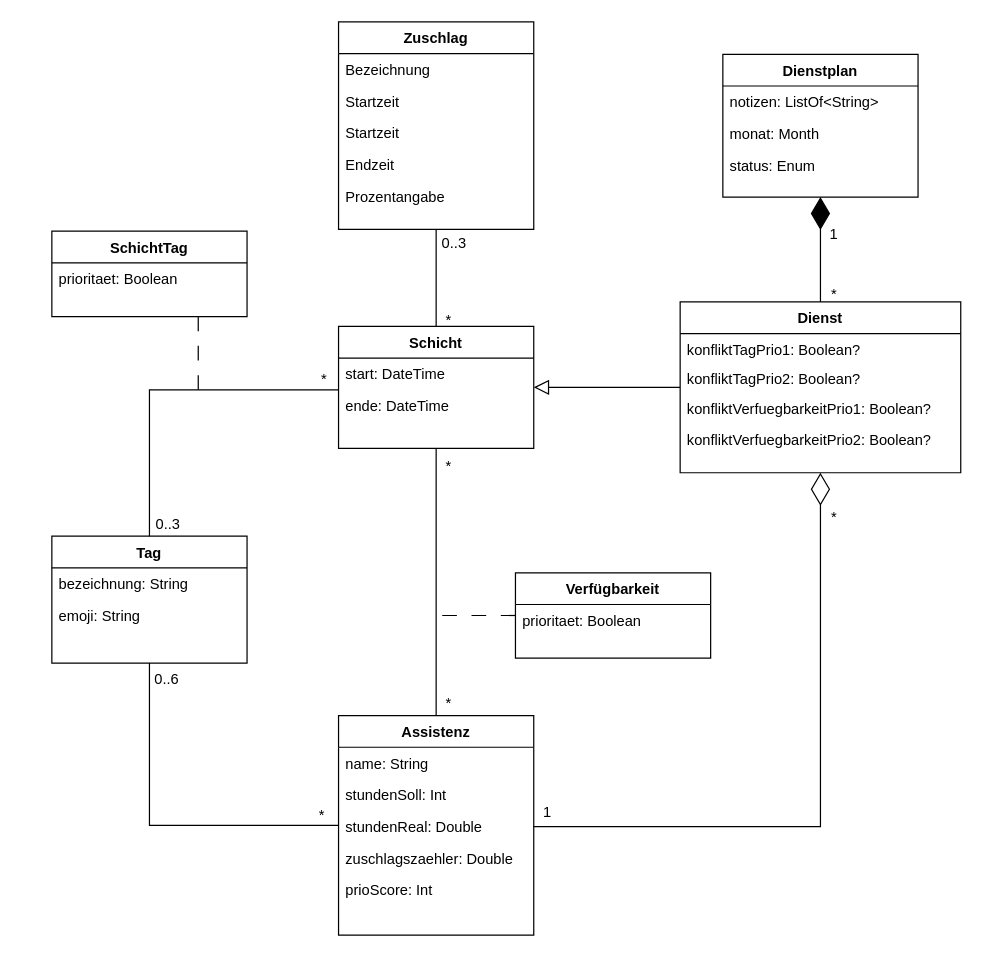
This is 4_Entwurf/4_UML/4_UML_Klassendiagramme/Domänenklassendiagramm_Anforderungsspezifikation.drawio from annikalenneper/praxisprojekt_mi_bachelor_SoSe24, a draw.io file, before an edit. Source tidied: cells renumbered, new cells numbered last; positions are measured from the earlier drawing's top-left corner, leaving out a move shared by most shapes. Both pictures are drawn from the tidied source at 122%, with x=0, y=0 at pixel (51, 21).
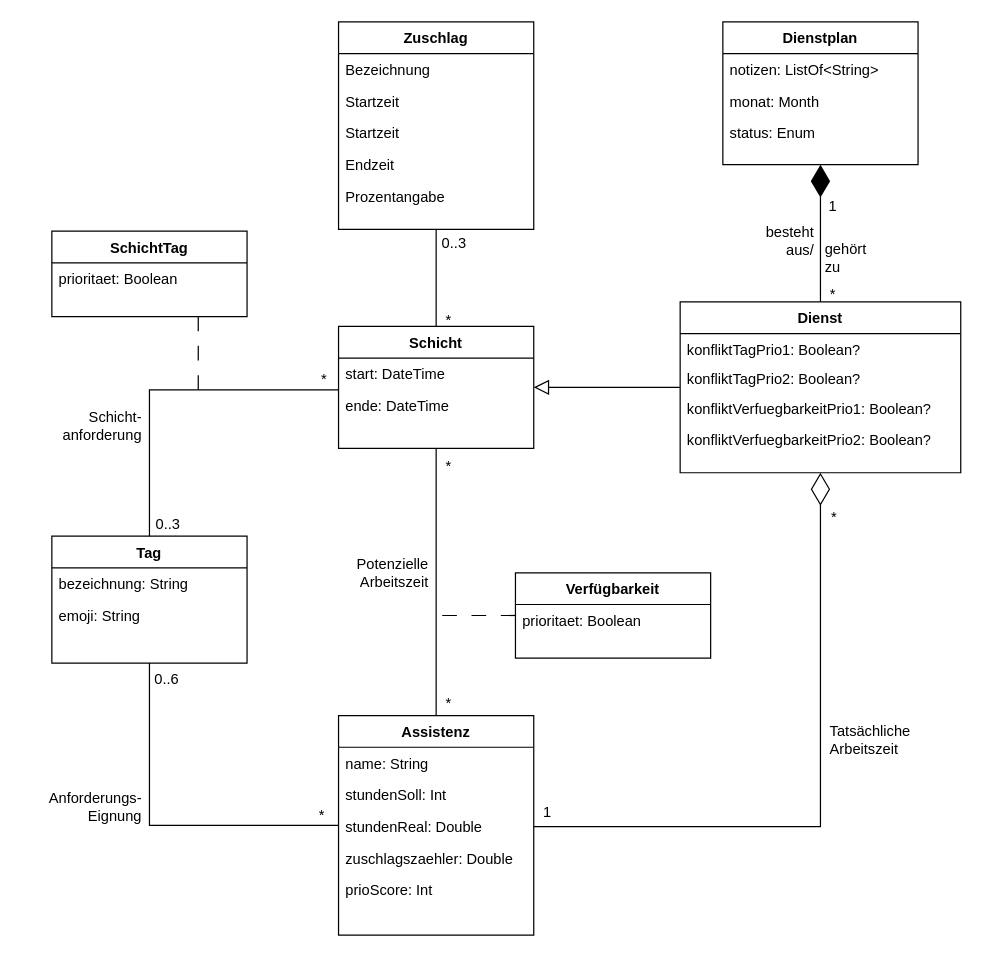
After the change.

Commit message:
added association names

The change refers to these unchanged cells:
```xml
<mxCell id="13" style="endArrow=none;shadow=0;strokeWidth=1;rounded=0;curved=0;endFill=0;edgeStyle=elbowEdgeStyle;elbow=vertical;" parent="1" edge="1" source="2" target="7">
  <mxGeometry x="0.5" y="41" relative="1" as="geometry">
    <mxPoint x="-40" y="32" as="offset" />
  </mxGeometry>
</mxCell>
```

The edit, as a diff of the source:
```diff
@@
     <mxCell id="14" value="1" style="align=left;verticalAlign=bottom;labelBackgroundColor=none;fontSize=12;" parent="13" vertex="1">
       <mxGeometry x="-1" relative="1" as="geometry">
-        <mxPoint x="321" y="-67" as="offset" />
+        <mxPoint x="320" y="-90" as="offset" />
       </mxGeometry>
     </mxCell>
@@
     <mxCell id="30" value="Dienstplan" style="swimlane;fontStyle=1;align=center;verticalAlign=top;horizontal=1;startSize=26;rounded=0;shadow=0;strokeWidth=1;" parent="1" vertex="1">
-      <mxGeometry x="550" y="27" width="160" height="117" as="geometry" />
+      <mxGeometry x="550" y="0.5" width="160" height="117" as="geometry" />
     </mxCell>
@@
     <mxCell id="49" value="*" style="text;html=1;align=center;verticalAlign=middle;strokeColor=none;fillColor=none;" parent="1" vertex="1">
-      <mxGeometry x="626" y="209" width="30" height="30" as="geometry" />
+      <mxGeometry x="625" y="209" width="30" height="30" as="geometry" />
     </mxCell>
@@
+    <mxCell id="54" value="Schicht-&lt;div&gt;anforderung&lt;/div&gt;" style="text;html=1;align=right;verticalAlign=middle;strokeColor=none;fillColor=none;" parent="1" vertex="1">
+      <mxGeometry x="-15" y="312" width="90" height="40" as="geometry" />
+    </mxCell>
+    <mxCell id="55" value="Anforderungs-&lt;div&gt;Eignung&lt;/div&gt;" style="text;html=1;align=right;verticalAlign=middle;strokeColor=none;fillColor=none;" parent="1" vertex="1">
+      <mxGeometry x="-25" y="624" width="100" height="40" as="geometry" />
+    </mxCell>
+    <mxCell id="56" value="Potenzielle&lt;br&gt;Arbeitszeit" style="text;html=1;align=right;verticalAlign=middle;strokeColor=none;fillColor=none;" parent="1" vertex="1">
+      <mxGeometry x="230" y="432" width="80" height="40" as="geometry" />
+    </mxCell>
+    <mxCell id="57" value="Tatsächliche&lt;div&gt;Arbeitszeit&lt;/div&gt;" style="text;html=1;align=left;verticalAlign=middle;strokeColor=none;fillColor=none;" parent="1" vertex="1">
+      <mxGeometry x="636" y="569" width="90" height="40" as="geometry" />
+    </mxCell>
+    <mxCell id="58" value="besteht&lt;div&gt;aus/&lt;/div&gt;" style="text;html=1;align=right;verticalAlign=middle;strokeColor=none;fillColor=none;" parent="1" vertex="1">
+      <mxGeometry x="566" y="160" width="60" height="40" as="geometry" />
+    </mxCell>
+    <mxCell id="59" value="gehört&lt;div&gt;zu&lt;/div&gt;" style="text;html=1;align=left;verticalAlign=middle;strokeColor=none;fillColor=none;" parent="1" vertex="1">
+      <mxGeometry x="632" y="174" width="60" height="40" as="geometry" />
+    </mxCell>
```
